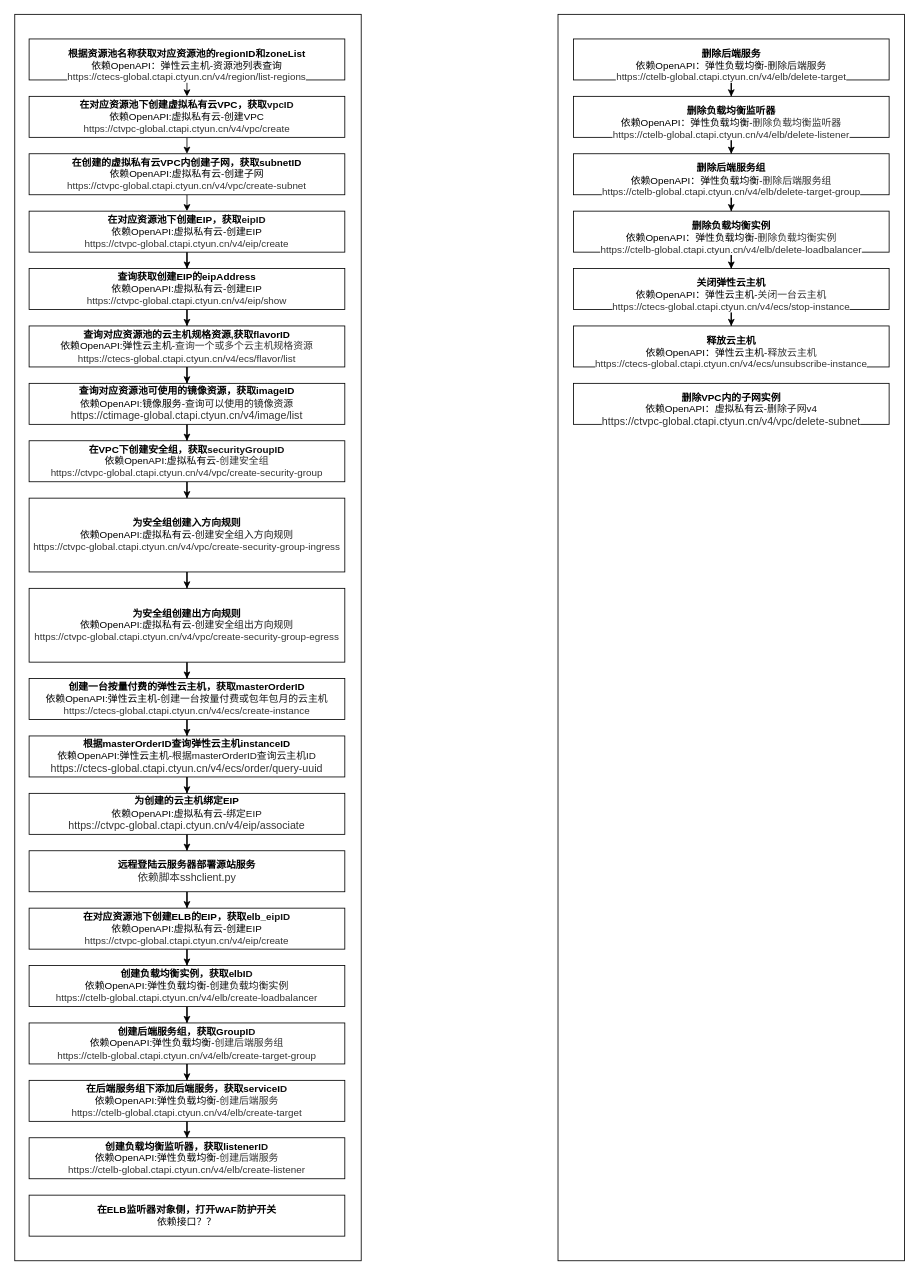
Before: QA_TEST/未命名绘图.drawio in allurelzh/flask_demo, a draw.io diagram. Source tidied: cells renumbered, new cells numbered last; positions are measured from the earlier drawing's top-left corner, leaving out a move shared by most shapes. Both pictures are drawn from the tidied source at 82%, with x=0, y=0 at pixel (15, 14).
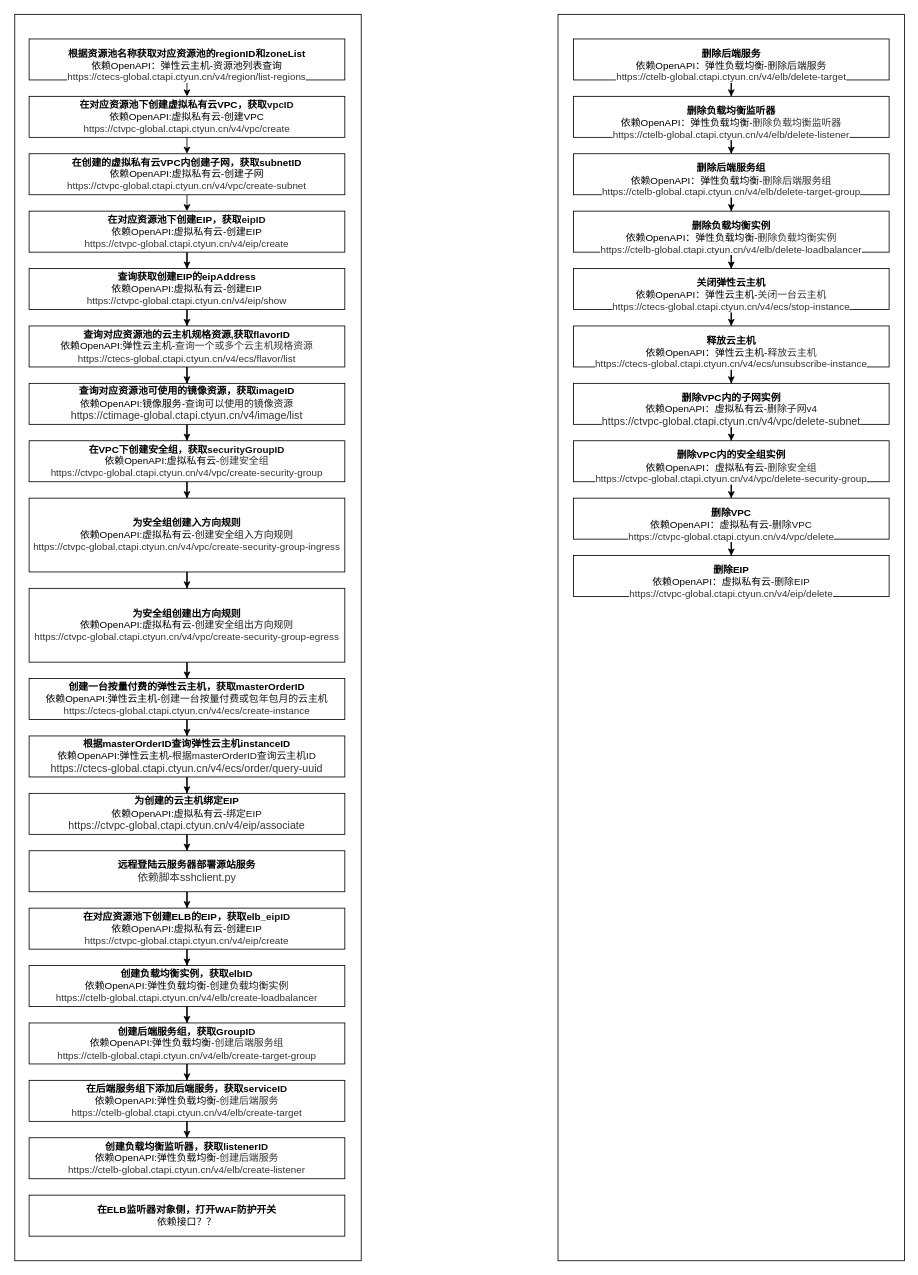
The same page after the edit.

Commit message:
ELB-WAF回归测试方案.drawio

Unchanged cells that the change refers to:
```xml
<mxCell id="52" value="&lt;div&gt;&lt;b style=&quot;&quot;&gt;&lt;font style=&quot;font-size: 12px;&quot;&gt;&lt;br&gt;&lt;/font&gt;&lt;/b&gt;&lt;/div&gt;&lt;font style=&quot;font-size: 12px;&quot;&gt;&lt;b style=&quot;&quot;&gt;释放云主机&lt;/b&gt;&lt;br&gt;&lt;/font&gt;&lt;div style=&quot;&quot;&gt;&lt;font style=&quot;font-size: 12px;&quot;&gt;依赖OpenAPI：弹性云主机-&lt;font face=&quot;microsoft yahei, helvetia, pingfang sc, Arial, Tahoma&quot; color=&quot;#333333&quot;&gt;&lt;span style=&quot;text-wrap-mode: nowrap; background-color: rgb(255, 255, 255);&quot;&gt;释放云主机&lt;/span&gt;&lt;/font&gt;&lt;/font&gt;&lt;/div&gt;&lt;div style=&quot;&quot;&gt;&lt;span style=&quot;color: rgb(51, 51, 51); font-family: &amp;quot;microsoft yahei&amp;quot;, helvetia, &amp;quot;pingfang sc&amp;quot;, Arial, Tahoma; text-align: left; background-color: rgb(255, 255, 255);&quot;&gt;&lt;font style=&quot;font-size: 12px;&quot;&gt;https://ctecs-global.ctapi.ctyun.cn/v4/ecs/unsubscribe-instance&lt;/font&gt;&lt;/span&gt;&lt;/div&gt;&lt;div&gt;&lt;/div&gt;" style="rounded=0;whiteSpace=wrap;html=1;" parent="1" vertex="1">
  <mxGeometry x="680.8" y="380" width="385" height="50" as="geometry" />
</mxCell>
<mxCell id="53" value="&lt;div&gt;&lt;b style=&quot;&quot;&gt;&lt;font style=&quot;font-size: 12px;&quot;&gt;&lt;br&gt;&lt;/font&gt;&lt;/b&gt;&lt;/div&gt;&lt;font style=&quot;font-size: 12px;&quot;&gt;&lt;b&gt;删除VPC内的子网实例&lt;/b&gt;&lt;br&gt;&lt;/font&gt;&lt;div style=&quot;&quot;&gt;&lt;font style=&quot;font-size: 12px;&quot;&gt;依赖OpenAPI：虚拟私有云-&lt;/font&gt;&lt;span style=&quot;background-color: rgb(255, 255, 255); color: rgb(24, 24, 24); font-family: &amp;quot;microsoft yahei&amp;quot;, helvetia, &amp;quot;pingfang sc&amp;quot;, Arial, Tahoma; text-align: left;&quot;&gt;删除子网v4&lt;/span&gt;&lt;/div&gt;&lt;div style=&quot;&quot;&gt;&lt;span style=&quot;color: rgb(51, 51, 51); font-family: &amp;quot;microsoft yahei&amp;quot;, helvetia, &amp;quot;pingfang sc&amp;quot;, Arial, Tahoma; text-align: left; background-color: rgb(255, 255, 255);&quot;&gt;&lt;font style=&quot;font-size: 13px;&quot;&gt;https://ctvpc-global.ctapi.ctyun.cn/v4/vpc/delete-subnet&lt;/font&gt;&lt;/span&gt;&lt;/div&gt;&lt;div&gt;&lt;/div&gt;" style="rounded=0;whiteSpace=wrap;html=1;" parent="1" vertex="1">
  <mxGeometry x="680.8" y="450" width="385" height="50" as="geometry" />
</mxCell>
```

What changed in the source:
```diff
@@
+    <mxCell id="54" style="edgeStyle=orthogonalEdgeStyle;rounded=0;jettySize=auto;html=1;" parent="1" edge="1" source="52" target="53">
+      <mxGeometry relative="1" as="geometry" />
+    </mxCell>
@@
+    <mxCell id="55" style="edgeStyle=orthogonalEdgeStyle;rounded=0;jettySize=auto;html=1;" parent="1" edge="1" source="53" target="57">
+      <mxGeometry relative="1" as="geometry" />
+    </mxCell>
@@
+    <mxCell id="56" style="edgeStyle=orthogonalEdgeStyle;rounded=0;jettySize=auto;html=1;" parent="1" edge="1" source="57" target="59">
+      <mxGeometry relative="1" as="geometry" />
+    </mxCell>
+    <mxCell id="57" value="&lt;div&gt;&lt;b style=&quot;&quot;&gt;&lt;font style=&quot;font-size: 12px;&quot;&gt;&lt;br&gt;&lt;/font&gt;&lt;/b&gt;&lt;/div&gt;&lt;font style=&quot;font-size: 12px;&quot;&gt;&lt;b&gt;删除VPC内的安全组实例&lt;/b&gt;&lt;br&gt;&lt;/font&gt;&lt;div style=&quot;&quot;&gt;&lt;font style=&quot;font-size: 12px;&quot;&gt;依赖OpenAPI：虚拟私有云-&lt;/font&gt;&lt;span style=&quot;background-color: rgb(255, 255, 255); color: rgb(51, 51, 51); font-family: &amp;quot;microsoft yahei&amp;quot;, helvetia, &amp;quot;pingfang sc&amp;quot;, Arial, Tahoma; text-align: start; text-wrap-mode: nowrap;&quot;&gt;&lt;font style=&quot;font-size: 12px;&quot;&gt;删除安全组&lt;/font&gt;&lt;/span&gt;&lt;/div&gt;&lt;div style=&quot;&quot;&gt;&lt;span style=&quot;color: rgb(51, 51, 51); font-family: &amp;quot;microsoft yahei&amp;quot;, helvetia, &amp;quot;pingfang sc&amp;quot;, Arial, Tahoma; text-align: left; background-color: rgb(255, 255, 255);&quot;&gt;&lt;font style=&quot;font-size: 12px;&quot;&gt;https://ctvpc-global.ctapi.ctyun.cn&lt;/font&gt;&lt;/span&gt;&lt;span style=&quot;background-color: rgb(255, 255, 255); color: rgb(51, 51, 51); font-family: &amp;quot;microsoft yahei&amp;quot;, helvetia, &amp;quot;pingfang sc&amp;quot;, Arial, Tahoma; text-align: left;&quot;&gt;/v4/vpc/delete-security-group&lt;/span&gt;&lt;/div&gt;&lt;div&gt;&lt;/div&gt;" style="rounded=0;whiteSpace=wrap;html=1;" parent="1" vertex="1">
+      <mxGeometry x="680.8" y="520" width="385" height="50" as="geometry" />
+    </mxCell>
+    <mxCell id="58" style="edgeStyle=orthogonalEdgeStyle;rounded=0;jettySize=auto;html=1;" parent="1" edge="1" source="59" target="60">
+      <mxGeometry relative="1" as="geometry" />
+    </mxCell>
+    <mxCell id="59" value="&lt;div&gt;&lt;b style=&quot;&quot;&gt;&lt;font style=&quot;font-size: 12px;&quot;&gt;&lt;br&gt;&lt;/font&gt;&lt;/b&gt;&lt;/div&gt;&lt;font style=&quot;font-size: 12px;&quot;&gt;&lt;b style=&quot;&quot;&gt;删除VPC&lt;/b&gt;&lt;br&gt;&lt;/font&gt;&lt;div style=&quot;&quot;&gt;&lt;font style=&quot;font-size: 12px;&quot;&gt;&lt;font style=&quot;font-size: 12px;&quot;&gt;依赖OpenAPI：虚拟私有云-&lt;/font&gt;&lt;span style=&quot;background-color: rgb(255, 255, 255); color: rgb(24, 24, 24); font-family: &amp;quot;microsoft yahei&amp;quot;, helvetia, &amp;quot;pingfang sc&amp;quot;, Arial, Tahoma;&quot;&gt;删除VPC&lt;/span&gt;&lt;/font&gt;&lt;/div&gt;&lt;div style=&quot;&quot;&gt;&lt;font style=&quot;font-size: 12px;&quot;&gt;&lt;span style=&quot;color: rgb(51, 51, 51); font-family: &amp;quot;microsoft yahei&amp;quot;, helvetia, &amp;quot;pingfang sc&amp;quot;, Arial, Tahoma; background-color: rgb(255, 255, 255);&quot;&gt;&lt;font style=&quot;font-size: 12px;&quot;&gt;https://ctvpc-global.ctapi.ctyun.cn&lt;/font&gt;&lt;/span&gt;&lt;span style=&quot;background-color: rgb(255, 255, 255); color: rgb(51, 51, 51); font-family: &amp;quot;microsoft yahei&amp;quot;, helvetia, &amp;quot;pingfang sc&amp;quot;, Arial, Tahoma;&quot;&gt;/&lt;/span&gt;&lt;span style=&quot;background-color: rgb(255, 255, 255); color: rgb(51, 51, 51); font-family: &amp;quot;microsoft yahei&amp;quot;, helvetia, &amp;quot;pingfang sc&amp;quot;, Arial, Tahoma;&quot;&gt;v4/vpc/delete&lt;/span&gt;&lt;/font&gt;&lt;/div&gt;&lt;div&gt;&lt;/div&gt;" style="rounded=0;whiteSpace=wrap;html=1;" parent="1" vertex="1">
+      <mxGeometry x="680.8" y="590" width="385" height="50" as="geometry" />
+    </mxCell>
+    <mxCell id="60" value="&lt;div&gt;&lt;b style=&quot;&quot;&gt;&lt;font style=&quot;font-size: 12px;&quot;&gt;&lt;br&gt;&lt;/font&gt;&lt;/b&gt;&lt;/div&gt;&lt;font style=&quot;font-size: 12px;&quot;&gt;&lt;b style=&quot;&quot;&gt;删除EIP&lt;/b&gt;&lt;br&gt;&lt;/font&gt;&lt;div style=&quot;&quot;&gt;&lt;font style=&quot;font-size: 12px;&quot;&gt;&lt;font style=&quot;font-size: 12px;&quot;&gt;依赖OpenAPI：虚拟私有云-&lt;/font&gt;&lt;span style=&quot;background-color: rgb(255, 255, 255); color: rgb(24, 24, 24); font-family: &amp;quot;microsoft yahei&amp;quot;, helvetia, &amp;quot;pingfang sc&amp;quot;, Arial, Tahoma;&quot;&gt;删除EIP&lt;/span&gt;&lt;/font&gt;&lt;/div&gt;&lt;div style=&quot;&quot;&gt;&lt;font style=&quot;font-size: 12px;&quot;&gt;&lt;span style=&quot;color: rgb(51, 51, 51); font-family: &amp;quot;microsoft yahei&amp;quot;, helvetia, &amp;quot;pingfang sc&amp;quot;, Arial, Tahoma; background-color: rgb(255, 255, 255);&quot;&gt;&lt;font style=&quot;font-size: 12px;&quot;&gt;https://ctvpc-global.ctapi.ctyun.cn&lt;/font&gt;&lt;/span&gt;&lt;span style=&quot;background-color: rgb(255, 255, 255); color: rgb(51, 51, 51); font-family: &amp;quot;microsoft yahei&amp;quot;, helvetia, &amp;quot;pingfang sc&amp;quot;, Arial, Tahoma;&quot;&gt;/v4/eip/delete&lt;/span&gt;&lt;/font&gt;&lt;/div&gt;&lt;div&gt;&lt;/div&gt;" style="rounded=0;whiteSpace=wrap;html=1;" parent="1" vertex="1">
+      <mxGeometry x="680.8" y="660" width="385" height="50" as="geometry" />
+    </mxCell>
```
